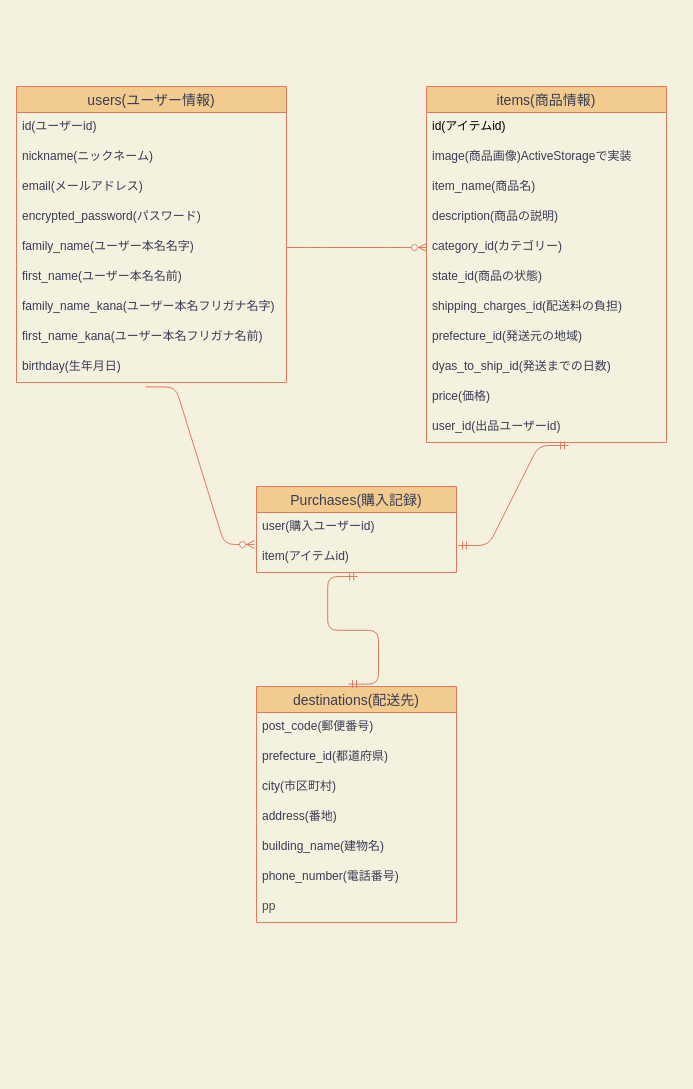
Before: ER.dio in kyohhh/furima-30966, a draw.io diagram. Source tidied: cells renumbered, new cells numbered last; positions are measured from the earlier drawing's top-left corner, leaving out a move shared by most shapes. Both pictures are drawn from the tidied source at 100%, with x=0, y=0 at pixel (16, 86).
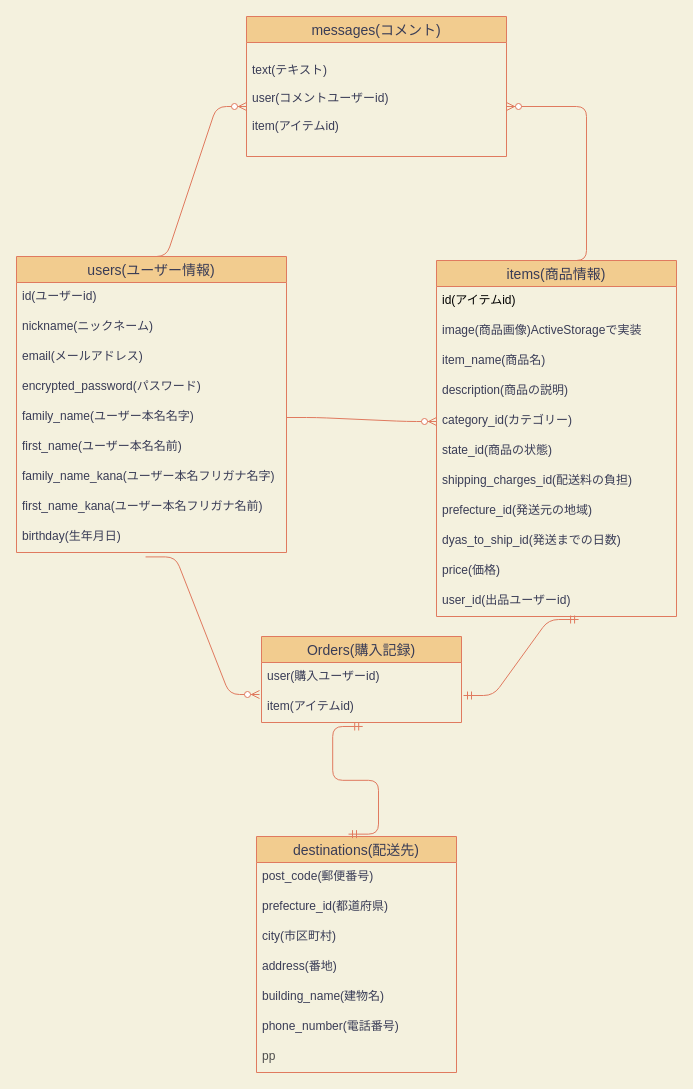
The same page after the edit.

What changed in the source:
```diff
@@
     <mxCell id="2" value="users(ユーザー情報)" style="swimlane;fontStyle=0;horizontal=1;startSize=26;align=center;fontSize=14;fillColor=#F2CC8F;strokeColor=#E07A5F;fontColor=#393C56;" parent="1" vertex="1">
-      <mxGeometry width="270" height="296" as="geometry" />
+      <mxGeometry y="170" width="270" height="296" as="geometry" />
     </mxCell>
@@
     <mxCell id="12" value="items(商品情報)" style="swimlane;fontStyle=0;horizontal=1;startSize=26;align=center;fontSize=14;fillColor=#F2CC8F;strokeColor=#E07A5F;fontColor=#393C56;" parent="1" vertex="1">
-      <mxGeometry x="410" width="240" height="356" as="geometry" />
+      <mxGeometry x="420" y="174" width="240" height="356" as="geometry" />
     </mxCell>
@@
-    <mxCell id="24" value="Purchases(購入記録)" style="swimlane;fontStyle=0;horizontal=1;startSize=26;align=center;fontSize=14;rounded=0;sketch=0;strokeColor=#E07A5F;fillColor=#F2CC8F;fontColor=#393C56;" parent="1" vertex="1">
-      <mxGeometry x="240" y="400" width="200" height="86" as="geometry" />
+    <mxCell id="24" value="Orders(購入記録)" style="swimlane;fontStyle=0;horizontal=1;startSize=26;align=center;fontSize=14;rounded=0;sketch=0;strokeColor=#E07A5F;fillColor=#F2CC8F;fontColor=#393C56;" parent="1" vertex="1">
+      <mxGeometry x="245" y="550" width="200" height="86" as="geometry" />
     </mxCell>
@@
     <mxCell id="27" value="destinations(配送先)" style="swimlane;fontStyle=0;horizontal=1;startSize=26;align=center;fontSize=14;rounded=0;sketch=0;fillColor=#F2CC8F;strokeColor=#E07A5F;fontColor=#393C56;" parent="1" vertex="1">
-      <mxGeometry x="240" y="600" width="200" height="236" as="geometry" />
+      <mxGeometry x="240" y="750" width="200" height="236" as="geometry" />
     </mxCell>
@@
+    <mxCell id="39" value="messages(コメント)" style="swimlane;fontStyle=0;horizontal=1;startSize=26;align=center;fontSize=14;fillColor=#F2CC8F;strokeColor=#E07A5F;fontColor=#393C56;" parent="1" vertex="1">
+      <mxGeometry x="230" y="-70" width="260" height="140" as="geometry" />
+    </mxCell>
+    <mxCell id="40" value="text(テキスト)&#10;&#10;user(コメントユーザーid)&#10;&#10;item(アイテムid)" style="text;strokeColor=none;fillColor=none;spacingLeft=4;spacingRight=4;overflow=hidden;points=[[0,0.5],[1,0.5]];portConstraint=eastwest;fontSize=12;rounded=0;sketch=0;fontColor=#393C56;" parent="1" vertex="1">
+      <mxGeometry x="230" y="-30" width="260" height="100" as="geometry" />
+    </mxCell>
+    <mxCell id="41" style="edgeStyle=entityRelationEdgeStyle;fontSize=12;html=1;endArrow=ERzeroToMany;endFill=1;strokeColor=#E07A5F;fillColor=#F2CC8F;entryX=0;entryY=0.5;entryDx=0;entryDy=0;" parent="1" edge="1" target="40">
+      <mxGeometry relative="1" as="geometry">
+        <mxPoint x="120" y="170" as="sourcePoint" />
+      </mxGeometry>
+    </mxCell>
+    <mxCell id="42" style="edgeStyle=entityRelationEdgeStyle;fontSize=12;html=1;endArrow=ERzeroToMany;endFill=1;strokeColor=#E07A5F;fillColor=#F2CC8F;" parent="1" edge="1" target="40">
+      <mxGeometry relative="1" as="geometry">
+        <mxPoint x="540" y="174" as="sourcePoint" />
+      </mxGeometry>
+    </mxCell>
```
